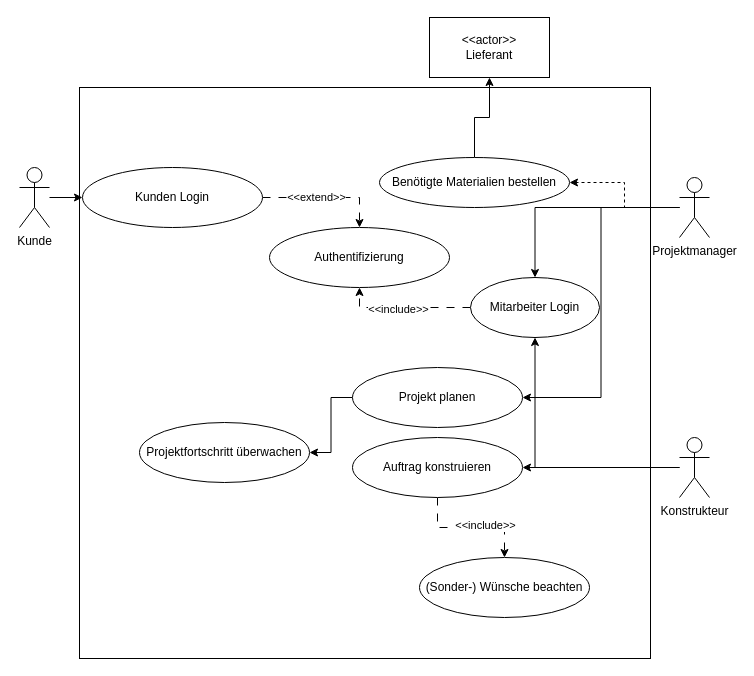
Before: Unbenanntes Diagramm.drawio in 0xj0n1/Grundlagen-Wirtschaftsinformatik-Charts, a draw.io diagram. Source tidied: cells renumbered, new cells numbered last; positions are measured from the earlier drawing's top-left corner, leaving out a move shared by most shapes. Both pictures are drawn from the tidied source at 100%, with x=0, y=0 at pixel (19, 17).
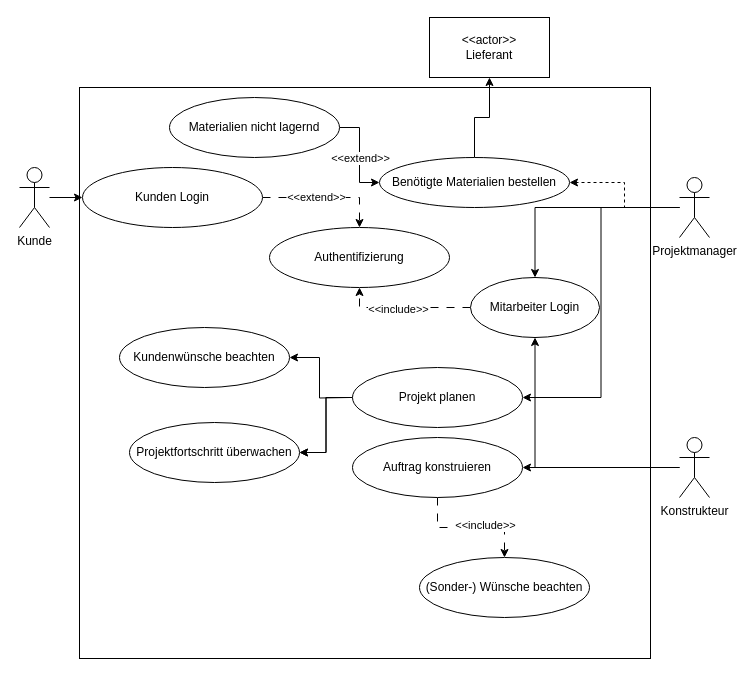
The same page after the edit.

The change refers to these unchanged cells:
```xml
<mxCell id="13" value="Projekt planen" style="ellipse;whiteSpace=wrap;html=1;" parent="1" vertex="1">
  <mxGeometry x="333" y="350" width="170" height="60" as="geometry" />
</mxCell>
<mxCell id="15" value="Benötigte Materialien bestellen" style="ellipse;whiteSpace=wrap;html=1;" parent="1" vertex="1">
  <mxGeometry x="360" y="140" width="190" height="50" as="geometry" />
</mxCell>
```

What changed in the source:
```diff
@@
+    <mxCell id="29" style="edgeStyle=orthogonalEdgeStyle;rounded=0;jettySize=auto;html=1;" parent="1" edge="1" source="13" target="28">
+      <mxGeometry relative="1" as="geometry" />
+    </mxCell>
@@
     <mxCell id="28" value="Projektfortschritt überwachen" style="ellipse;whiteSpace=wrap;html=1;" parent="1" vertex="1">
-      <mxGeometry x="120" y="405" width="170" height="60" as="geometry" />
+      <mxGeometry x="110" y="405" width="170" height="60" as="geometry" />
     </mxCell>
+    <mxCell id="30" style="edgeStyle=orthogonalEdgeStyle;rounded=0;jettySize=auto;html=1;entryX=0;entryY=0.5;entryDx=0;entryDy=0;" parent="1" edge="1" source="32" target="15">
+      <mxGeometry relative="1" as="geometry" />
+    </mxCell>
+    <mxCell id="31" value="&amp;lt;&amp;lt;extend&amp;gt;&amp;gt;" style="edgeLabel;html=1;align=center;verticalAlign=middle;" parent="30" vertex="1">
+      <mxGeometry x="-0.37" y="1" relative="1" as="geometry">
+        <mxPoint x="-1" y="20" as="offset" />
+      </mxGeometry>
+    </mxCell>
+    <mxCell id="32" value="Materialien nicht lagernd" style="ellipse;whiteSpace=wrap;html=1;" parent="1" vertex="1">
+      <mxGeometry x="150" y="80" width="170" height="60" as="geometry" />
+    </mxCell>
+    <mxCell id="33" value="Kundenwünsche beachten" style="ellipse;whiteSpace=wrap;html=1;" parent="1" vertex="1">
+      <mxGeometry x="100" y="310" width="170" height="60" as="geometry" />
+    </mxCell>
+    <mxCell id="34" style="edgeStyle=orthogonalEdgeStyle;rounded=0;jettySize=auto;html=1;entryX=1;entryY=0.5;entryDx=0;entryDy=0;" parent="1" edge="1" target="33">
+      <mxGeometry relative="1" as="geometry">
+        <mxPoint x="330" y="380" as="sourcePoint" />
+      </mxGeometry>
+    </mxCell>
```
